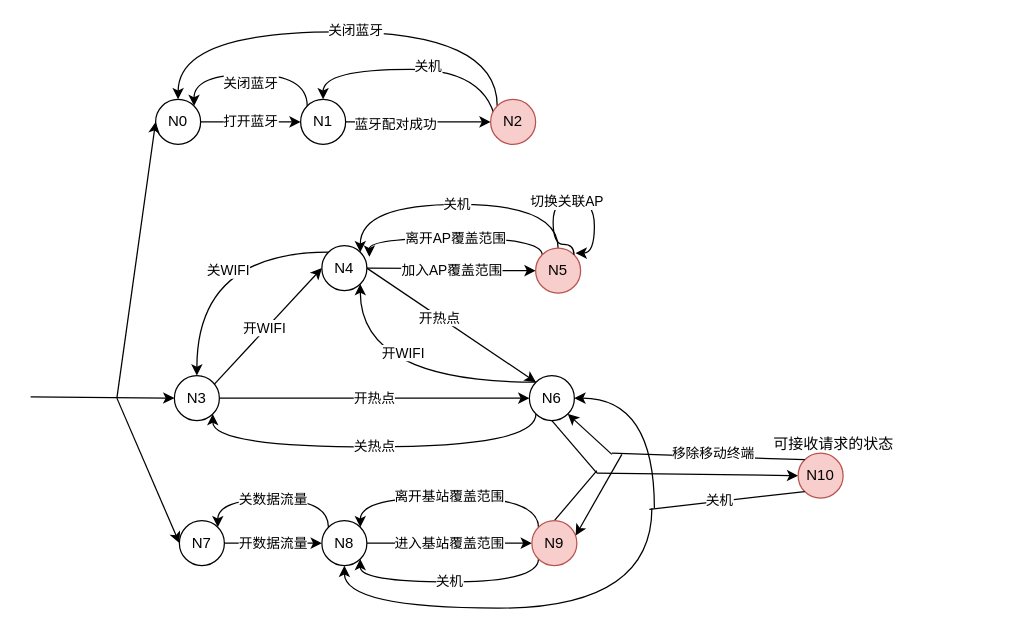
Icarus1994/neutron_conf keeps this draw.io diagram as page "方法三：并行自动机_手机行为" (3 of 8) of 时间自动机.drawio. Above is the earlier version. Source tidied: cells renumbered, new cells numbered last; positions are measured from the earlier drawing's top-left corner, leaving out a move shared by most shapes. Both pictures are drawn from the tidied source at 125%, with x=0, y=0 at pixel (30, 31).
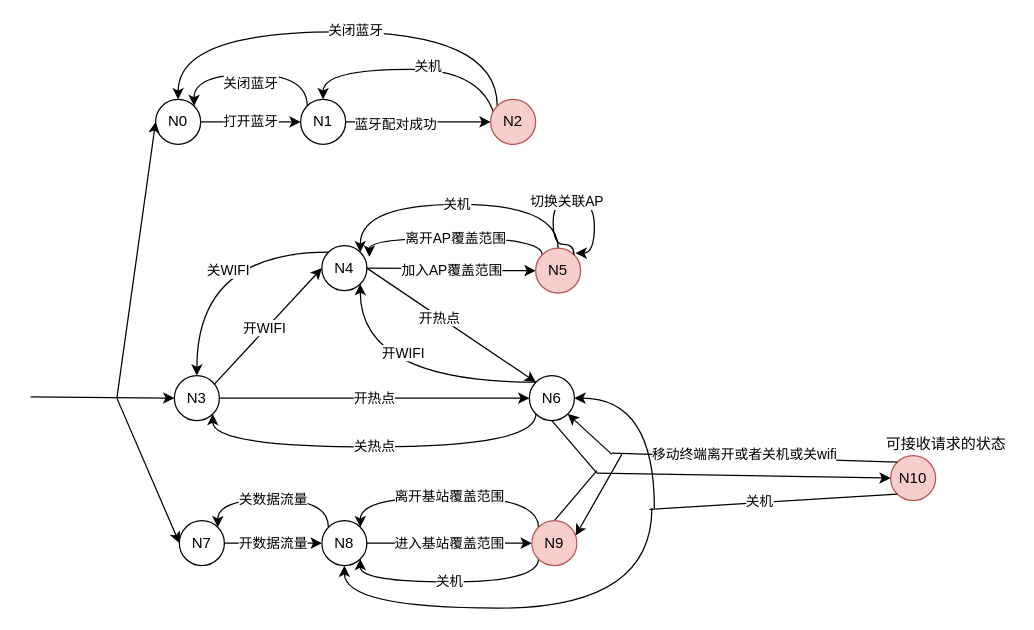
Above is the later version.

Unchanged cells that the change refers to:
```xml
<mxCell id="49" style="endArrow=none;html=1;endFill=0;exitX=0;exitY=0;exitDx=0;exitDy=0;" parent="1" edge="1" source="31">
  <mxGeometry relative="1" as="geometry">
    <mxPoint x="465" y="337" as="targetPoint" />
  </mxGeometry>
</mxCell>
```

What changed in the source:
```diff
@@
     <mxCell id="31" value="N10" style="ellipse;whiteSpace=wrap;html=1;fillColor=#f8cecc;strokeColor=#b85450;" parent="1" vertex="1">
-      <mxGeometry x="614" y="337" width="36" height="36" as="geometry" />
+      <mxGeometry x="688" y="339" width="36" height="36" as="geometry" />
     </mxCell>
@@
-    <mxCell id="50" value="移除移动终端" style="edgeLabel;html=1;align=center;verticalAlign=middle;" parent="49" vertex="1">
+    <mxCell id="50" value="移动终端离开或者关机或关wifi" style="edgeLabel;html=1;align=center;verticalAlign=middle;" parent="49" vertex="1">
       <mxGeometry x="0.33" y="-1" relative="1" as="geometry">
         <mxPoint x="29.6" y="-0.8" as="offset" />
       </mxGeometry>
     </mxCell>
@@
     <mxCell id="56" value="可接收请求的状态" style="text;html=1;align=center;verticalAlign=middle;" parent="1" vertex="1">
-      <mxGeometry x="589" y="321" width="106" height="18" as="geometry" />
+      <mxGeometry x="679" y="321" width="106" height="18" as="geometry" />
     </mxCell>
```
